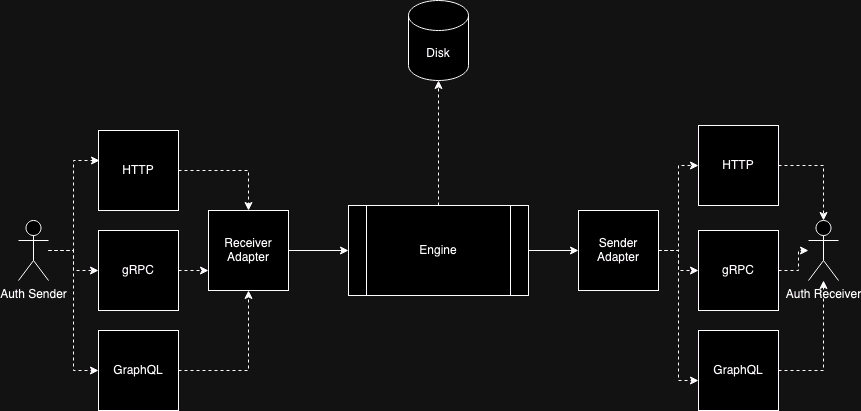
Earlier version of the draw.io export reminderdb.hld.png (khshourov/draw.io). Source tidied: cells renumbered, new cells last; positions are measured from the earlier drawing's top-left corner, leaving out a move shared by most shapes.
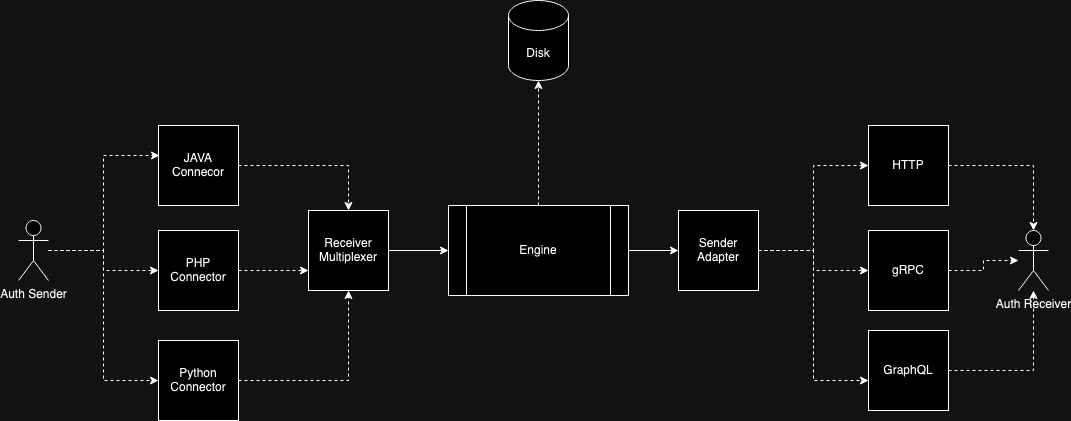
Later version of the same file.

Diff of the diagram source:
```diff
@@ -5,7 +5,7 @@
     <mxCell id="2" style="edgeStyle=orthogonalEdgeStyle;rounded=0;jettySize=auto;html=1;exitX=1;exitY=0.5;exitDx=0;exitDy=0;entryX=0;entryY=0.5;entryDx=0;entryDy=0;" parent="1" edge="1" source="3" target="9">
       <mxGeometry relative="1" as="geometry" />
     </mxCell>
-    <mxCell id="3" value="&lt;div&gt;Receiver Adapter&lt;br&gt;&lt;/div&gt;" style="whiteSpace=wrap;html=1;" parent="1" vertex="1">
+    <mxCell id="3" value="&lt;div&gt;Receiver Multiplexer&lt;br&gt;&lt;/div&gt;" style="whiteSpace=wrap;html=1;" parent="1" vertex="1">
       <mxGeometry x="190" y="210" width="80" height="80" as="geometry" />
     </mxCell>
     <mxCell id="4" value="Disk" style="shape=cylinder3;whiteSpace=wrap;html=1;boundedLbl=1;backgroundOutline=1;size=15;" parent="1" vertex="1">
@@ -32,20 +32,20 @@
     <mxCell id="11" style="edgeStyle=orthogonalEdgeStyle;rounded=0;jettySize=auto;html=1;entryX=0.5;entryY=0;entryDx=0;entryDy=0;dashed=1;" parent="1" edge="1" source="12" target="3">
       <mxGeometry relative="1" as="geometry" />
     </mxCell>
-    <mxCell id="12" value="HTTP" style="whiteSpace=wrap;html=1;" parent="1" vertex="1">
-      <mxGeometry x="80" y="130" width="80" height="80" as="geometry" />
+    <mxCell id="12" value="JAVA Connecor" style="whiteSpace=wrap;html=1;" parent="1" vertex="1">
+      <mxGeometry x="40" y="125" width="80" height="80" as="geometry" />
     </mxCell>
     <mxCell id="13" style="edgeStyle=orthogonalEdgeStyle;rounded=0;jettySize=auto;html=1;exitX=1;exitY=0.5;exitDx=0;exitDy=0;entryX=0;entryY=0.75;entryDx=0;entryDy=0;dashed=1;" parent="1" edge="1" source="14" target="3">
       <mxGeometry relative="1" as="geometry" />
     </mxCell>
-    <mxCell id="14" value="gRPC" style="whiteSpace=wrap;html=1;" parent="1" vertex="1">
-      <mxGeometry x="80" y="230" width="80" height="80" as="geometry" />
+    <mxCell id="14" value="PHP Connector" style="whiteSpace=wrap;html=1;" parent="1" vertex="1">
+      <mxGeometry x="40" y="230" width="80" height="80" as="geometry" />
     </mxCell>
     <mxCell id="15" style="edgeStyle=orthogonalEdgeStyle;rounded=0;jettySize=auto;html=1;exitX=1;exitY=0.5;exitDx=0;exitDy=0;entryX=0.5;entryY=1;entryDx=0;entryDy=0;dashed=1;" parent="1" edge="1" source="16" target="3">
       <mxGeometry relative="1" as="geometry" />
     </mxCell>
-    <mxCell id="16" value="GraphQL" style="whiteSpace=wrap;html=1;" parent="1" vertex="1">
-      <mxGeometry x="80" y="330" width="80" height="80" as="geometry" />
+    <mxCell id="16" value="Python Connector" style="whiteSpace=wrap;html=1;" parent="1" vertex="1">
+      <mxGeometry x="40" y="340" width="80" height="80" as="geometry" />
     </mxCell>
     <mxCell id="17" style="edgeStyle=orthogonalEdgeStyle;rounded=0;jettySize=auto;html=1;dashed=1;" parent="1" edge="1" source="19" target="14">
       <mxGeometry relative="1" as="geometry" />
@@ -54,28 +54,28 @@
       <mxGeometry relative="1" as="geometry" />
     </mxCell>
     <mxCell id="19" value="Auth Sender" style="shape=umlActor;verticalLabelPosition=bottom;verticalAlign=top;html=1;outlineConnect=0;" parent="1" vertex="1">
-      <mxGeometry y="220" width="30" height="60" as="geometry" />
+      <mxGeometry x="-100" y="220" width="30" height="60" as="geometry" />
     </mxCell>
     <mxCell id="20" style="edgeStyle=orthogonalEdgeStyle;rounded=0;jettySize=auto;html=1;entryX=0.013;entryY=0.375;entryDx=0;entryDy=0;entryPerimeter=0;dashed=1;" parent="1" edge="1" source="19" target="12">
       <mxGeometry relative="1" as="geometry" />
     </mxCell>
     <mxCell id="21" value="Auth Receiver" style="shape=umlActor;verticalLabelPosition=bottom;verticalAlign=top;html=1;outlineConnect=0;" parent="1" vertex="1">
-      <mxGeometry x="790" y="220" width="30" height="60" as="geometry" />
+      <mxGeometry x="900" y="230" width="30" height="60" as="geometry" />
     </mxCell>
     <mxCell id="22" value="HTTP" style="whiteSpace=wrap;html=1;" parent="1" vertex="1">
-      <mxGeometry x="680" y="125" width="80" height="80" as="geometry" />
+      <mxGeometry x="750" y="125" width="80" height="80" as="geometry" />
     </mxCell>
     <mxCell id="23" style="edgeStyle=orthogonalEdgeStyle;rounded=0;jettySize=auto;html=1;exitX=1;exitY=0.5;exitDx=0;exitDy=0;dashed=1;" parent="1" edge="1" source="24" target="21">
       <mxGeometry relative="1" as="geometry" />
     </mxCell>
     <mxCell id="24" value="gRPC" style="whiteSpace=wrap;html=1;" parent="1" vertex="1">
-      <mxGeometry x="680" y="230" width="80" height="80" as="geometry" />
+      <mxGeometry x="750" y="230" width="80" height="80" as="geometry" />
     </mxCell>
     <mxCell id="25" style="edgeStyle=orthogonalEdgeStyle;rounded=0;jettySize=auto;html=1;dashed=1;" parent="1" edge="1" source="26" target="21">
       <mxGeometry relative="1" as="geometry" />
     </mxCell>
     <mxCell id="26" value="GraphQL" style="whiteSpace=wrap;html=1;" parent="1" vertex="1">
-      <mxGeometry x="680" y="330" width="80" height="80" as="geometry" />
+      <mxGeometry x="750" y="330" width="80" height="80" as="geometry" />
     </mxCell>
     <mxCell id="27" style="edgeStyle=orthogonalEdgeStyle;rounded=0;jettySize=auto;html=1;entryX=0;entryY=0.625;entryDx=0;entryDy=0;entryPerimeter=0;dashed=1;" parent="1" edge="1" source="7" target="26">
       <mxGeometry relative="1" as="geometry" />
```
